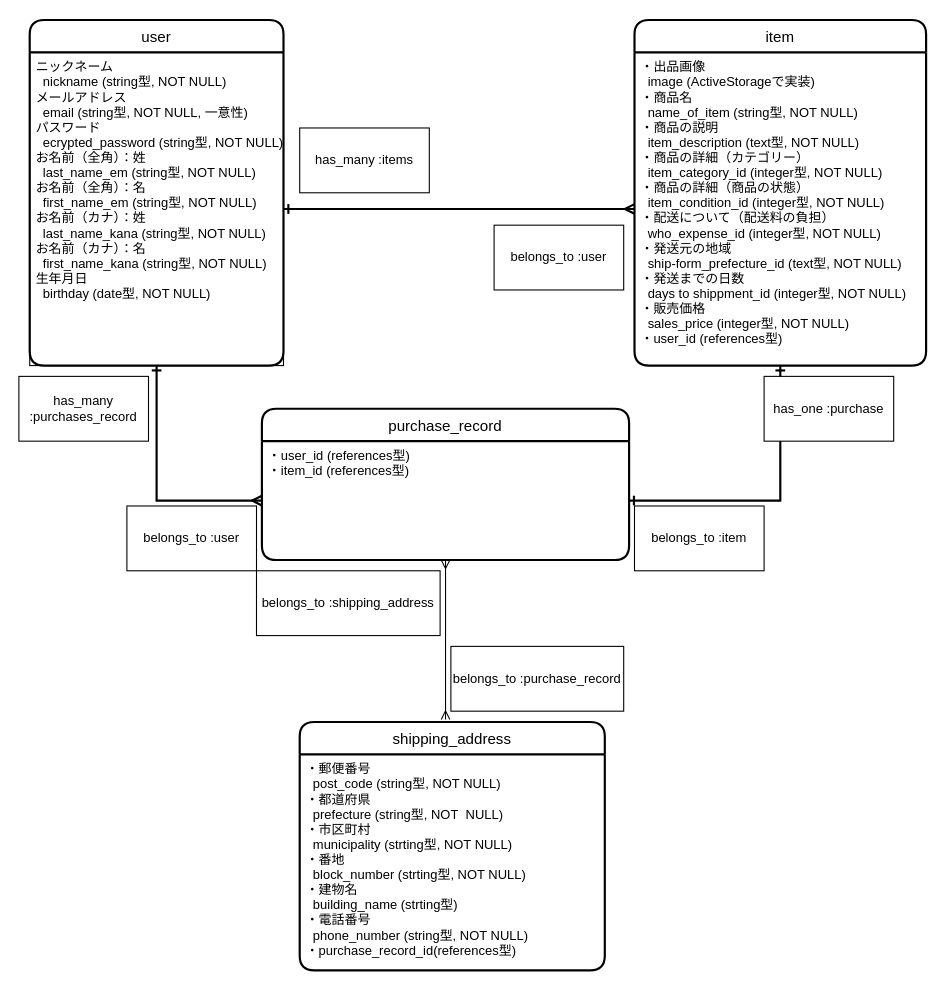
Above: ER.dio in w8u8w/furima-33943 (draw.io), before the change. Source tidied: cells renumbered, new cells numbered last; positions are measured from the earlier drawing's top-left corner, leaving out a move shared by most shapes. Both pictures are drawn from the tidied source at 108%, with x=0, y=0 at pixel (18, 19).
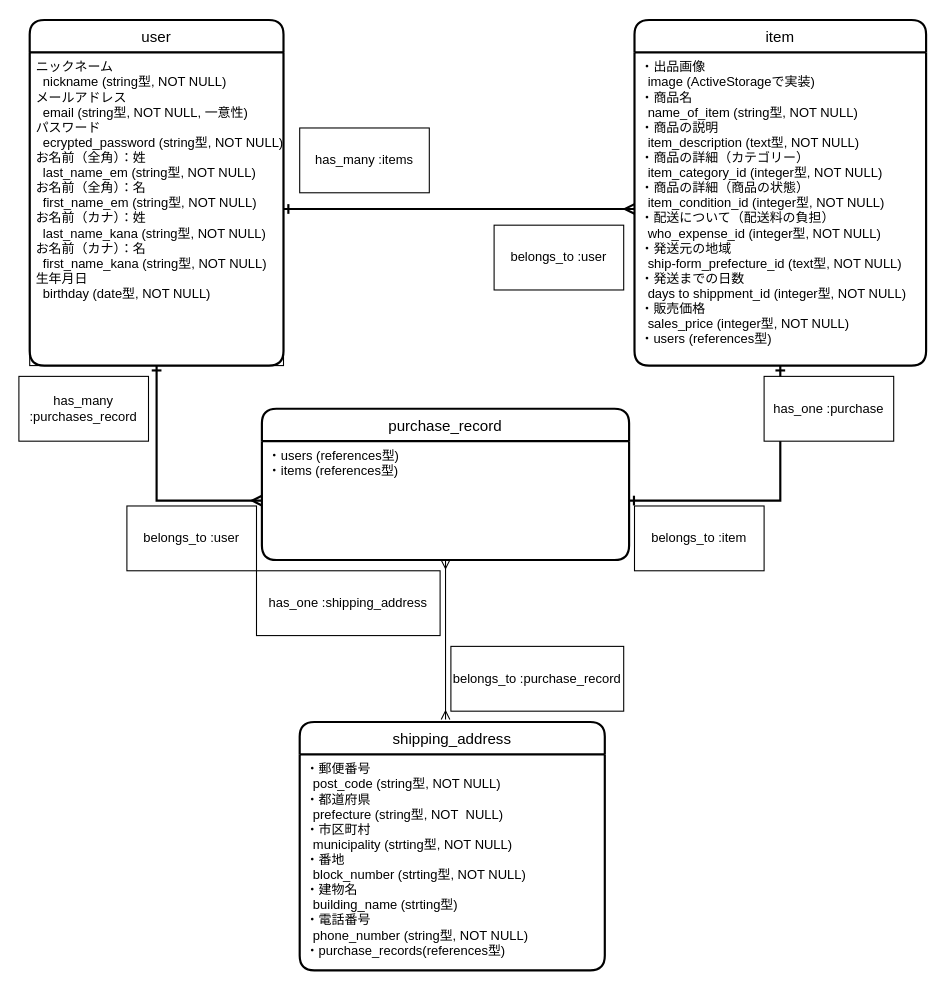
The same page after the edit.

Commit message (it also covers changes not shown here):
purhase_recordテーブルを、has_oneを用いてshipping_addressesテーブルとアソシエーションを組む

The change refers to these unchanged cells:
```xml
<mxCell id="4" value="item" style="swimlane;horizontal=1;startSize=30;rounded=1;fontSize=14;fontStyle=0;strokeWidth=2;shadow=0;dashed=0;align=center;" parent="1" vertex="1">
  <mxGeometry x="570" width="270" height="320" as="geometry" />
</mxCell>
<mxCell id="8" value="purchase_record" style="swimlane;horizontal=1;startSize=30;rounded=1;fontSize=14;fontStyle=0;strokeWidth=2;shadow=0;dashed=0;align=center;" parent="1" vertex="1">
  <mxGeometry x="225" y="360" width="340" height="140" as="geometry" />
</mxCell>
<mxCell id="22" value="shipping_address" style="swimlane;horizontal=1;startSize=30;rounded=1;fontSize=14;fontStyle=0;strokeWidth=2;shadow=0;dashed=0;align=center;" parent="1" vertex="1">
  <mxGeometry x="260" y="650" width="282.5" height="230" as="geometry" />
</mxCell>
```

The edit, as a diff of the source:
```diff
@@
-    <mxCell id="5" value="・出品画像&#10;  image (ActiveStorageで実装)&#10;・商品名&#10;  name_of_item (string型, NOT NULL)&#10;・商品の説明&#10;  item_description (text型, NOT NULL)&#10;・商品の詳細（カテゴリー）&#10;  item_category_id (integer型, NOT NULL)&#10;・商品の詳細（商品の状態）&#10;  item_condition_id (integer型, NOT NULL)&#10;・配送について（配送料の負担）&#10;  who_expense_id (integer型, NOT NULL)&#10;・発送元の地域&#10;  ship-form_prefecture_id (text型, NOT NULL)&#10;・発送までの日数&#10;  days to shippment_id (integer型, NOT NULL)&#10;・販売価格&#10;  sales_price (integer型, NOT NULL)&#10;・user_id (references型)" style="align=left;strokeColor=none;fillColor=none;spacingLeft=4;fontSize=12;verticalAlign=top;" parent="4" vertex="1">
+    <mxCell id="5" value="・出品画像&#10;  image (ActiveStorageで実装)&#10;・商品名&#10;  name_of_item (string型, NOT NULL)&#10;・商品の説明&#10;  item_description (text型, NOT NULL)&#10;・商品の詳細（カテゴリー）&#10;  item_category_id (integer型, NOT NULL)&#10;・商品の詳細（商品の状態）&#10;  item_condition_id (integer型, NOT NULL)&#10;・配送について（配送料の負担）&#10;  who_expense_id (integer型, NOT NULL)&#10;・発送元の地域&#10;  ship-form_prefecture_id (text型, NOT NULL)&#10;・発送までの日数&#10;  days to shippment_id (integer型, NOT NULL)&#10;・販売価格&#10;  sales_price (integer型, NOT NULL)&#10;・users (references型)" style="align=left;strokeColor=none;fillColor=none;spacingLeft=4;fontSize=12;verticalAlign=top;" parent="4" vertex="1">
       <mxGeometry y="30" width="270" height="290" as="geometry" />
     </mxCell>
@@
-    <mxCell id="10" value="・user_id (references型)&#10;・item_id (references型)" style="align=left;strokeColor=none;fillColor=none;spacingLeft=4;fontSize=12;verticalAlign=top;" parent="8" vertex="1">
+    <mxCell id="10" value="・users (references型)&#10;・items (references型)" style="align=left;strokeColor=none;fillColor=none;spacingLeft=4;fontSize=12;verticalAlign=top;" parent="8" vertex="1">
       <mxGeometry y="30" width="340" height="110" as="geometry" />
     </mxCell>
@@
-    <mxCell id="23" value="・郵便番号&#10;  post_code (string型, NOT NULL)&#10;・都道府県&#10;  prefecture (string型, NOT  NULL)&#10;・市区町村&#10;  municipality (strting型, NOT NULL)&#10;・番地&#10;  block_number (strting型, NOT NULL)&#10;・建物名&#10;  building_name (strting型)&#10;・電話番号&#10;  phone_number (string型, NOT NULL)&#10;・purchase_record_id(references型)" style="align=left;strokeColor=none;fillColor=none;spacingLeft=4;fontSize=12;verticalAlign=top;" parent="22" vertex="1">
+    <mxCell id="23" value="・郵便番号&#10;  post_code (string型, NOT NULL)&#10;・都道府県&#10;  prefecture (string型, NOT  NULL)&#10;・市区町村&#10;  municipality (strting型, NOT NULL)&#10;・番地&#10;  block_number (strting型, NOT NULL)&#10;・建物名&#10;  building_name (strting型)&#10;・電話番号&#10;  phone_number (string型, NOT NULL)&#10;・purchase_records(references型)" style="align=left;strokeColor=none;fillColor=none;spacingLeft=4;fontSize=12;verticalAlign=top;" parent="22" vertex="1">
       <mxGeometry y="30" width="282.5" height="200" as="geometry" />
     </mxCell>
@@
-    <mxCell id="25" value="belongs_to :shipping_address" style="rounded=0;whiteSpace=wrap;html=1;" parent="1" vertex="1">
+    <mxCell id="25" value="has_one :shipping_address" style="rounded=0;whiteSpace=wrap;html=1;" parent="1" vertex="1">
       <mxGeometry x="220" y="510" width="170" height="60" as="geometry" />
     </mxCell>
```
